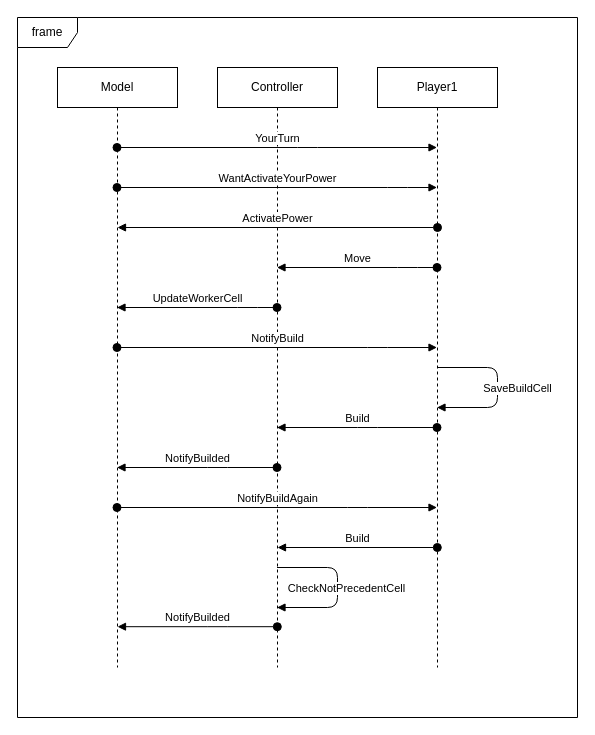
Before: page "Case_Demeter" (5 of 6) of UML/newUML.drawio in matteovisotto/ing-sw-2020-Siriani-Stucchi-Visotto, a draw.io diagram. Source tidied: cells renumbered, new cells numbered last; positions are measured from the earlier drawing's top-left corner, leaving out a move shared by most shapes. Both pictures are drawn from the tidied source at 100%, with x=0, y=0 at pixel (17, 17).
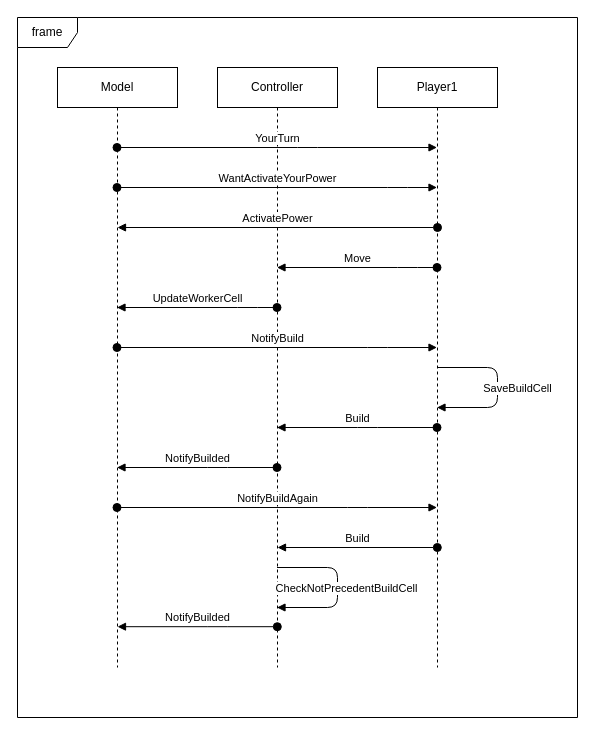
Above is the later version.

Commit message:
Added Hephaestus Case.

Unchanged cells that the change refers to:
```xml
<mxCell id="5" value="Controller" style="shape=umlLifeline;perimeter=lifelinePerimeter;whiteSpace=wrap;html=1;outlineConnect=0;" parent="1" vertex="1">
  <mxGeometry x="200" y="50" width="120" height="600" as="geometry" />
</mxCell>
```

Change to the diagram source:
```diff
@@
-    <mxCell id="16" value="CheckNotPrecedentCell" style="html=1;verticalAlign=bottom;endArrow=block;" parent="1" edge="1" source="5" target="5">
+    <mxCell id="16" value="CheckNotPrecedentBuildCell" style="html=1;verticalAlign=bottom;endArrow=block;" parent="1" edge="1" source="5" target="5">
       <mxGeometry x="0.25" y="-14" relative="1" as="geometry">
         <Array as="points">
           <mxPoint x="320" y="550" />
           <mxPoint x="320" y="590" />
         </Array>
         <mxPoint x="9" y="4" as="offset" />
       </mxGeometry>
     </mxCell>
```
